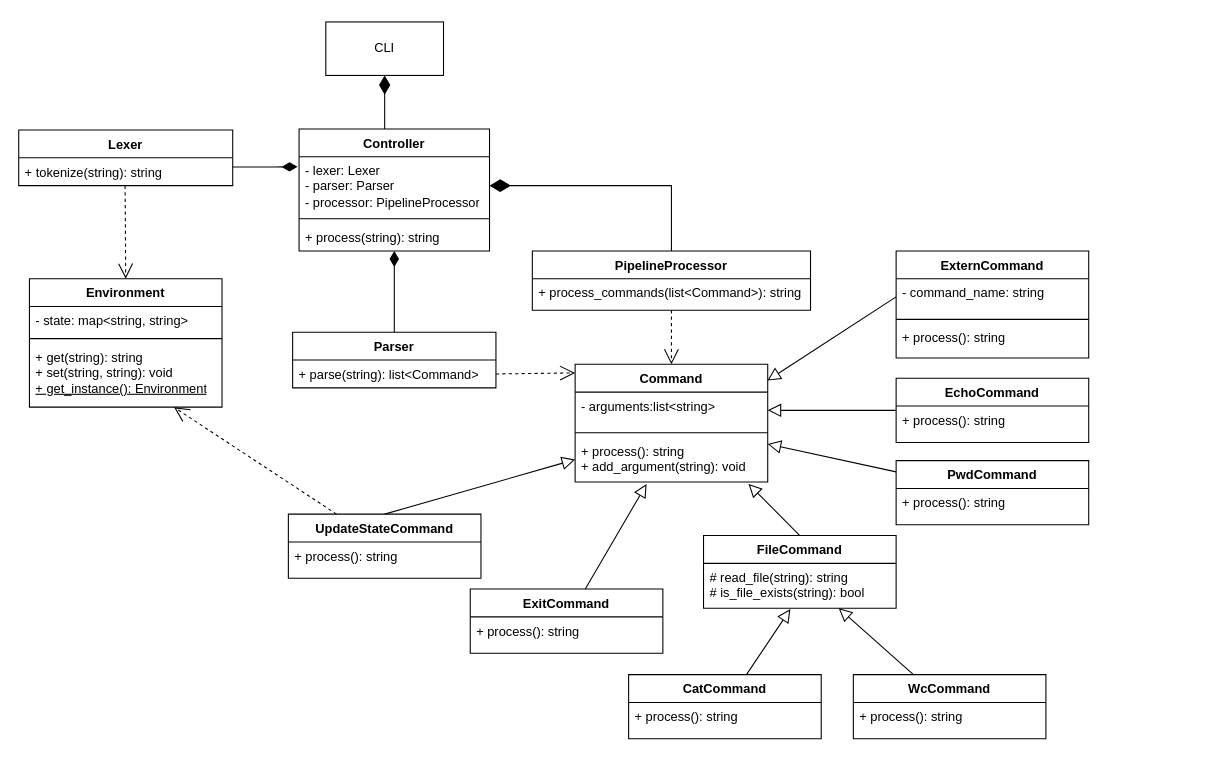
This is architecture.drawio from Eevangelion/ISArchitecture-Design, a draw.io file, before an edit. Source tidied: cells renumbered, new cells numbered last; positions are measured from the earlier drawing's top-left corner, leaving out a move shared by most shapes. Both pictures are drawn from the tidied source at 107%, with x=0, y=0 at pixel (18, 21).
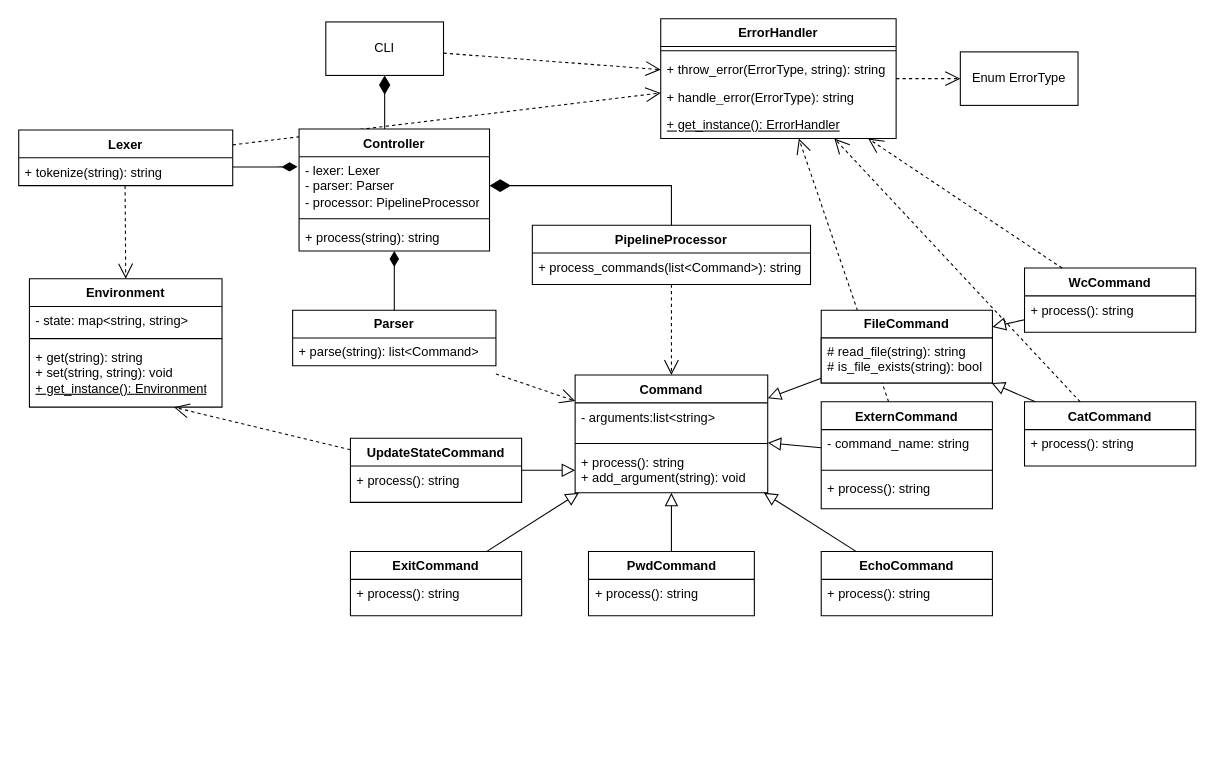
The same page after the edit.

Commit message (it also covers changes not shown here):
update architecture pdf + drawio

The change refers to these unchanged cells:
```xml
<mxCell id="7" value="CLI" style="html=1;whiteSpace=wrap;" parent="1" vertex="1">
  <mxGeometry x="287" width="110" height="50" as="geometry" />
</mxCell>
<mxCell id="8" value="Lexer" style="swimlane;fontStyle=1;align=center;verticalAlign=top;horizontal=1;startSize=26;whiteSpace=wrap;html=1;" parent="1" vertex="1">
  <mxGeometry y="101" width="200" height="52" as="geometry" />
</mxCell>
<mxCell id="19" value="+ get(string): string&lt;div&gt;+ set(string, string): void&lt;/div&gt;&lt;div&gt;&lt;u&gt;+ get_instance():&amp;nbsp;&lt;span style=&quot;text-align: center; background-color: transparent; color: light-dark(rgb(0, 0, 0), rgb(255, 255, 255));&quot;&gt;Environment&lt;/span&gt;&lt;/u&gt;&lt;/div&gt;" style="text;strokeColor=none;fillColor=none;align=left;verticalAlign=top;spacingLeft=4;spacingRight=4;overflow=hidden;points=[[0,0.5],[1,0.5]];portConstraint=eastwest;whiteSpace=wrap;html=1;" parent="16" vertex="1">
  <mxGeometry y="60" width="180" height="60" as="geometry" />
</mxCell>
<mxCell id="21" value="- arguments:list&amp;lt;string&amp;gt;" style="text;strokeColor=none;fillColor=none;align=left;verticalAlign=top;spacingLeft=4;spacingRight=4;overflow=hidden;points=[[0,0.5],[1,0.5]];portConstraint=eastwest;whiteSpace=wrap;html=1;" parent="20" vertex="1">
  <mxGeometry y="26" width="180" height="34" as="geometry" />
</mxCell>
<mxCell id="23" value="+ process(): string&lt;div&gt;+&amp;nbsp;&lt;span style=&quot;background-color: transparent;&quot;&gt;add_argument&lt;font style=&quot;color: rgb(0, 0, 0);&quot;&gt;(&lt;/font&gt;&lt;/span&gt;&lt;span style=&quot;background-color: transparent; color: light-dark(rgb(0, 0, 0), rgb(255, 255, 255));&quot;&gt;string): void&lt;/span&gt;&lt;/div&gt;" style="text;strokeColor=none;fillColor=none;align=left;verticalAlign=top;spacingLeft=4;spacingRight=4;overflow=hidden;points=[[0,0.5],[1,0.5]];portConstraint=eastwest;whiteSpace=wrap;html=1;" parent="20" vertex="1">
  <mxGeometry y="68" width="180" height="42" as="geometry" />
</mxCell>
```

What changed in the source:
```diff
@@
+    <mxCell id="55" style="endArrow=open;endSize=12;dashed=1;html=1;rounded=0;" parent="1" edge="1" source="51" target="56">
+      <mxGeometry relative="1" as="geometry" />
+    </mxCell>
@@
-    <mxCell id="3" value="Controller" style="swimlane;fontStyle=1;align=center;verticalAlign=top;horizontal=1;startSize=26;whiteSpace=wrap;html=1;" parent="1" vertex="1">
-      <mxGeometry x="262" y="100" width="178" height="114" as="geometry" />
-    </mxCell>
-    <mxCell id="4" value="- lexer: Lexer&lt;div&gt;- parser: Parser&lt;/div&gt;&lt;div&gt;- processor: PipelineProcessor&lt;/div&gt;" style="text;strokeColor=none;fillColor=none;align=left;verticalAlign=top;spacingLeft=4;spacingRight=4;overflow=hidden;points=[[0,0.5],[1,0.5]];portConstraint=eastwest;whiteSpace=wrap;html=1;" parent="3" vertex="1">
-      <mxGeometry y="26" width="178" height="54" as="geometry" />
-    </mxCell>
-    <mxCell id="5" style="line;strokeWidth=1;fillColor=none;align=left;verticalAlign=middle;spacingTop=-1;spacingLeft=3;spacingRight=3;labelPosition=right;strokeColor=inherit;" parent="3" vertex="1">
-      <mxGeometry y="80" width="178" height="8" as="geometry" />
-    </mxCell>
-    <mxCell id="6" value="+ process(string): string" style="text;strokeColor=none;fillColor=none;align=left;verticalAlign=top;spacingLeft=4;spacingRight=4;overflow=hidden;whiteSpace=wrap;html=1;" parent="3" vertex="1">
-      <mxGeometry y="88" width="178" height="26" as="geometry" />
-    </mxCell>
@@
     <mxCell id="10" value="Parser" style="swimlane;fontStyle=1;align=center;verticalAlign=top;horizontal=1;startSize=26;whiteSpace=wrap;html=1;" parent="1" vertex="1">
-      <mxGeometry x="256" y="290" width="190" height="52" as="geometry" />
+      <mxGeometry x="256" y="269.4" width="190" height="52" as="geometry" />
     </mxCell>
@@
     <mxCell id="13" value="PipelineProcessor" style="swimlane;fontStyle=1;align=center;verticalAlign=top;horizontal=1;startSize=26;whiteSpace=wrap;html=1;" parent="1" vertex="1">
-      <mxGeometry x="480" y="214" width="260" height="55.4" as="geometry" />
+      <mxGeometry x="480" y="190" width="260" height="55.4" as="geometry" />
     </mxCell>
@@
     <mxCell id="20" value="Command" style="swimlane;fontStyle=1;align=center;verticalAlign=top;horizontal=1;startSize=26;whiteSpace=wrap;html=1;" parent="1" vertex="1">
-      <mxGeometry x="520" y="320" width="180" height="110" as="geometry" />
+      <mxGeometry x="520" y="330" width="180" height="110" as="geometry" />
     </mxCell>
@@
     <mxCell id="25" value="EchoCommand" style="swimlane;fontStyle=1;align=center;verticalAlign=top;horizontal=1;startSize=26;whiteSpace=wrap;html=1;" parent="1" vertex="1">
-      <mxGeometry x="820" y="333" width="180" height="60" as="geometry" />
+      <mxGeometry x="750" y="495" width="160" height="60" as="geometry" />
     </mxCell>
     <mxCell id="26" value="+ process(): string" style="text;strokeColor=none;fillColor=none;align=left;verticalAlign=top;spacingLeft=4;spacingRight=4;overflow=hidden;whiteSpace=wrap;html=1;" parent="25" vertex="1">
-      <mxGeometry y="26" width="180" height="34" as="geometry" />
+      <mxGeometry y="26" width="160" height="34" as="geometry" />
     </mxCell>
     <mxCell id="27" value="WcCommand" style="swimlane;fontStyle=1;align=center;verticalAlign=top;horizontal=1;startSize=26;whiteSpace=wrap;html=1;" parent="1" vertex="1">
-      <mxGeometry x="780" y="610" width="180" height="60" as="geometry" />
+      <mxGeometry x="940" y="230" width="160" height="60" as="geometry" />
     </mxCell>
     <mxCell id="28" value="+ process(): string" style="text;strokeColor=none;fillColor=none;align=left;verticalAlign=top;spacingLeft=4;spacingRight=4;overflow=hidden;whiteSpace=wrap;html=1;" parent="27" vertex="1">
-      <mxGeometry y="26" width="180" height="34" as="geometry" />
+      <mxGeometry y="26" width="160" height="34" as="geometry" />
     </mxCell>
     <mxCell id="29" value="PwdCommand" style="swimlane;fontStyle=1;align=center;verticalAlign=top;horizontal=1;startSize=26;whiteSpace=wrap;html=1;" parent="1" vertex="1">
-      <mxGeometry x="820" y="410" width="180" height="60" as="geometry" />
+      <mxGeometry x="532.5" y="495" width="155" height="60" as="geometry" />
     </mxCell>
     <mxCell id="30" value="+ process(): string" style="text;strokeColor=none;fillColor=none;align=left;verticalAlign=top;spacingLeft=4;spacingRight=4;overflow=hidden;whiteSpace=wrap;html=1;" parent="29" vertex="1">
-      <mxGeometry y="26" width="180" height="34" as="geometry" />
+      <mxGeometry y="26" width="155" height="34" as="geometry" />
     </mxCell>
     <mxCell id="31" value="CatCommand" style="swimlane;fontStyle=1;align=center;verticalAlign=top;horizontal=1;startSize=26;whiteSpace=wrap;html=1;" parent="1" vertex="1">
-      <mxGeometry x="570" y="610" width="180" height="60" as="geometry" />
+      <mxGeometry x="940" y="355" width="160" height="60" as="geometry" />
     </mxCell>
     <mxCell id="32" value="+ process(): string" style="text;strokeColor=none;fillColor=none;align=left;verticalAlign=top;spacingLeft=4;spacingRight=4;overflow=hidden;whiteSpace=wrap;html=1;" parent="31" vertex="1">
-      <mxGeometry y="26" width="180" height="34" as="geometry" />
+      <mxGeometry y="26" width="160" height="34" as="geometry" />
     </mxCell>
     <mxCell id="33" value="ExitCommand" style="swimlane;fontStyle=1;align=center;verticalAlign=top;horizontal=1;startSize=26;whiteSpace=wrap;html=1;" parent="1" vertex="1">
-      <mxGeometry x="422" y="530" width="180" height="60" as="geometry" />
+      <mxGeometry x="310" y="495" width="160" height="60" as="geometry" />
     </mxCell>
     <mxCell id="34" value="+ process(): string" style="text;strokeColor=none;fillColor=none;align=left;verticalAlign=top;spacingLeft=4;spacingRight=4;overflow=hidden;whiteSpace=wrap;html=1;" parent="33" vertex="1">
-      <mxGeometry y="26" width="180" height="34" as="geometry" />
+      <mxGeometry y="26" width="160" height="34" as="geometry" />
     </mxCell>
@@
-    <mxCell id="36" value="&lt;br&gt;&lt;div&gt;&lt;br&gt;&lt;/div&gt;" style="endArrow=block;endSize=10;endFill=0;html=1;rounded=0;entryX=0.371;entryY=1.043;entryDx=0;entryDy=0;entryPerimeter=0;" parent="1" edge="1" source="33" target="23">
+    <mxCell id="36" value="&lt;br&gt;&lt;div&gt;&lt;br&gt;&lt;/div&gt;" style="endArrow=block;endSize=10;endFill=0;html=1;rounded=0;" parent="1" edge="1" source="33" target="20">
       <mxGeometry relative="1" as="geometry" />
     </mxCell>
-    <mxCell id="37" value="&lt;br&gt;&lt;div&gt;&lt;br&gt;&lt;/div&gt;" style="endArrow=block;endSize=10;endFill=0;html=1;rounded=0;entryX=0.451;entryY=1.018;entryDx=0;entryDy=0;entryPerimeter=0;" parent="1" edge="1" source="31" target="48">
+    <mxCell id="37" value="&lt;br&gt;&lt;div&gt;&lt;br&gt;&lt;/div&gt;" style="endArrow=block;endSize=10;endFill=0;html=1;rounded=0;" parent="1" edge="1" source="31" target="47">
       <mxGeometry relative="1" as="geometry" />
     </mxCell>
@@
-    <mxCell id="39" value="&lt;br&gt;&lt;div&gt;&lt;br&gt;&lt;/div&gt;" style="endArrow=block;endSize=10;endFill=0;html=1;rounded=0;entryX=0.702;entryY=1;entryDx=0;entryDy=0;entryPerimeter=0;" parent="1" edge="1" source="27" target="48">
+    <mxCell id="39" value="&lt;br&gt;&lt;div&gt;&lt;br&gt;&lt;/div&gt;" style="endArrow=block;endSize=10;endFill=0;html=1;rounded=0;" parent="1" edge="1" source="27" target="47">
       <mxGeometry relative="1" as="geometry" />
     </mxCell>
-    <mxCell id="40" value="&lt;br&gt;&lt;div&gt;&lt;br&gt;&lt;/div&gt;" style="endArrow=block;endSize=10;endFill=0;html=1;rounded=0;entryX=1;entryY=0.5;entryDx=0;entryDy=0;" parent="1" edge="1" source="25" target="21">
+    <mxCell id="40" value="&lt;br&gt;&lt;div&gt;&lt;br&gt;&lt;/div&gt;" style="endArrow=block;endSize=10;endFill=0;html=1;rounded=0;" parent="1" edge="1" source="25" target="20">
       <mxGeometry relative="1" as="geometry" />
     </mxCell>
     <mxCell id="41" value="UpdateStateCommand" style="swimlane;fontStyle=1;align=center;verticalAlign=top;horizontal=1;startSize=26;whiteSpace=wrap;html=1;" parent="1" vertex="1">
-      <mxGeometry x="252" y="460" width="180" height="60" as="geometry" />
+      <mxGeometry x="310" y="389" width="160" height="60" as="geometry" />
     </mxCell>
     <mxCell id="42" value="+ process(): string" style="text;strokeColor=none;fillColor=none;align=left;verticalAlign=top;spacingLeft=4;spacingRight=4;overflow=hidden;whiteSpace=wrap;html=1;" parent="41" vertex="1">
-      <mxGeometry y="26" width="180" height="34" as="geometry" />
+      <mxGeometry y="26" width="160" height="34" as="geometry" />
     </mxCell>
-    <mxCell id="43" value="&lt;br&gt;&lt;div&gt;&lt;br&gt;&lt;/div&gt;" style="endArrow=block;endSize=10;endFill=0;html=1;rounded=0;exitX=0.5;exitY=0;exitDx=0;exitDy=0;entryX=0;entryY=0.5;entryDx=0;entryDy=0;" parent="1" edge="1" source="41" target="23">
+    <mxCell id="43" value="&lt;br&gt;&lt;div&gt;&lt;br&gt;&lt;/div&gt;" style="endArrow=block;endSize=10;endFill=0;html=1;rounded=0;entryX=0;entryY=0.5;entryDx=0;entryDy=0;" parent="1" edge="1" source="41" target="23">
       <mxGeometry relative="1" as="geometry" />
     </mxCell>
-    <mxCell id="44" style="endArrow=open;endFill=1;endSize=12;html=1;rounded=0;dashed=1;strokeColor=default;entryX=0.751;entryY=1.002;entryDx=0;entryDy=0;entryPerimeter=0;exitX=0.25;exitY=0;exitDx=0;exitDy=0;" parent="1" edge="1" source="41" target="19">
+    <mxCell id="44" style="endArrow=open;endFill=1;endSize=12;html=1;rounded=0;dashed=1;strokeColor=default;entryX=0.751;entryY=1.002;entryDx=0;entryDy=0;entryPerimeter=0;" parent="1" edge="1" source="41" target="19">
       <mxGeometry relative="1" as="geometry" />
     </mxCell>
@@
-    <mxCell id="46" style="endArrow=open;endFill=1;endSize=12;html=1;rounded=0;dashed=1;strokeColor=default;" parent="1" edge="1">
+    <mxCell id="46" style="endArrow=open;endFill=1;endSize=12;html=1;rounded=0;dashed=1;strokeColor=default;" parent="1" edge="1" target="20">
       <mxGeometry relative="1" as="geometry">
         <mxPoint x="446" y="329" as="sourcePoint" />
-        <mxPoint x="520" y="328" as="targetPoint" />
       </mxGeometry>
     </mxCell>
-    <mxCell id="47" value="FileCommand" style="swimlane;fontStyle=1;align=center;verticalAlign=top;horizontal=1;startSize=26;whiteSpace=wrap;html=1;" parent="1" vertex="1">
-      <mxGeometry x="640" y="480" width="180" height="68" as="geometry" />
-    </mxCell>
-    <mxCell id="48" value="# read_file(string): string&lt;br&gt;&lt;div&gt;&lt;span style=&quot;background-color: transparent; color: light-dark(rgb(0, 0, 0), rgb(255, 255, 255));&quot;&gt;#&lt;/span&gt;&lt;span style=&quot;background-color: transparent;&quot;&gt;&amp;nbsp;is_file_exists(&lt;/span&gt;&lt;span style=&quot;background-color: transparent; color: light-dark(rgb(0, 0, 0), rgb(255, 255, 255));&quot;&gt;string&lt;/span&gt;&lt;span style=&quot;background-color: transparent; color: light-dark(rgb(0, 0, 0), rgb(255, 255, 255));&quot;&gt;):&lt;/span&gt;&lt;font style=&quot;background-color: transparent;&quot;&gt;&amp;nbsp;&lt;/font&gt;&lt;font style=&quot;background-color: transparent; color: rgb(0, 0, 0);&quot;&gt;bool&lt;/font&gt;&lt;/div&gt;" style="text;strokeColor=none;fillColor=none;align=left;verticalAlign=top;spacingLeft=4;spacingRight=4;overflow=hidden;points=[[0,0.5],[1,0.5]];portConstraint=eastwest;whiteSpace=wrap;html=1;" parent="47" vertex="1">
-      <mxGeometry y="26" width="180" height="42" as="geometry" />
-    </mxCell>
-    <mxCell id="49" value="&lt;br&gt;&lt;div&gt;&lt;br&gt;&lt;/div&gt;" style="endArrow=block;endSize=10;endFill=0;html=1;rounded=0;exitX=0.5;exitY=0;exitDx=0;exitDy=0;entryX=0.9;entryY=1.041;entryDx=0;entryDy=0;entryPerimeter=0;" parent="1" edge="1" source="47" target="23">
+    <mxCell id="49" value="&lt;br&gt;&lt;div&gt;&lt;br&gt;&lt;/div&gt;" style="endArrow=block;endSize=10;endFill=0;html=1;rounded=0;" parent="1" edge="1" source="47" target="20">
       <mxGeometry relative="1" as="geometry" />
     </mxCell>
-    <mxCell id="50" value="&lt;br&gt;&lt;div&gt;&lt;br&gt;&lt;/div&gt;" style="endArrow=block;endSize=10;endFill=0;html=1;rounded=0;entryX=0.998;entryY=0.138;entryDx=0;entryDy=0;entryPerimeter=0;exitX=0;exitY=0.5;exitDx=0;exitDy=0;" parent="1" edge="1" source="52" target="20">
+    <mxCell id="50" value="&lt;br&gt;&lt;div&gt;&lt;br&gt;&lt;/div&gt;" style="endArrow=block;endSize=10;endFill=0;html=1;rounded=0;exitX=0;exitY=0.5;exitDx=0;exitDy=0;" parent="1" edge="1" source="52" target="20">
       <mxGeometry relative="1" as="geometry" />
     </mxCell>
     <mxCell id="51" value="ExternCommand" style="swimlane;fontStyle=1;align=center;verticalAlign=top;horizontal=1;startSize=26;whiteSpace=wrap;html=1;" parent="1" vertex="1">
-      <mxGeometry x="820" y="214" width="180" height="100" as="geometry" />
+      <mxGeometry x="750" y="355" width="160" height="100" as="geometry" />
     </mxCell>
     <mxCell id="52" value="- command_name: string" style="text;strokeColor=none;fillColor=none;align=left;verticalAlign=top;spacingLeft=4;spacingRight=4;overflow=hidden;points=[[0,0.5],[1,0.5]];portConstraint=eastwest;whiteSpace=wrap;html=1;" parent="51" vertex="1">
-      <mxGeometry y="26" width="180" height="34" as="geometry" />
+      <mxGeometry y="26" width="160" height="34" as="geometry" />
     </mxCell>
     <mxCell id="53" style="line;strokeWidth=1;fillColor=none;align=left;verticalAlign=middle;spacingTop=-1;spacingLeft=3;spacingRight=3;labelPosition=right;strokeColor=inherit;" parent="51" vertex="1">
-      <mxGeometry y="60" width="180" height="8" as="geometry" />
+      <mxGeometry y="60" width="160" height="8" as="geometry" />
     </mxCell>
     <mxCell id="54" value="+ process(): string" style="text;strokeColor=none;fillColor=none;align=left;verticalAlign=top;spacingLeft=4;spacingRight=4;overflow=hidden;whiteSpace=wrap;html=1;" parent="51" vertex="1">
-      <mxGeometry y="68" width="180" height="32" as="geometry" />
+      <mxGeometry y="68" width="160" height="32" as="geometry" />
     </mxCell>
+    <mxCell id="56" value="ErrorHandler" style="swimlane;fontStyle=1;align=center;verticalAlign=top;horizontal=1;startSize=26;whiteSpace=wrap;html=1;" parent="1" vertex="1">
+      <mxGeometry x="600" y="-3" width="220" height="112" as="geometry" />
+    </mxCell>
+    <mxCell id="57" style="line;strokeWidth=1;fillColor=none;align=left;verticalAlign=middle;spacingTop=-1;spacingLeft=3;spacingRight=3;labelPosition=right;strokeColor=inherit;" parent="56" vertex="1">
+      <mxGeometry y="26" width="220" height="8" as="geometry" />
+    </mxCell>
+    <mxCell id="58" value="+ throw_error(ErrorType, string): string" style="text;strokeColor=none;fillColor=none;align=left;verticalAlign=top;spacingLeft=4;spacingRight=4;overflow=hidden;whiteSpace=wrap;html=1;" parent="56" vertex="1">
+      <mxGeometry y="34" width="220" height="26" as="geometry" />
+    </mxCell>
+    <mxCell id="59" value="+ handle_error(ErrorType): string" style="text;strokeColor=none;fillColor=none;align=left;verticalAlign=top;spacingLeft=4;spacingRight=4;overflow=hidden;whiteSpace=wrap;html=1;" parent="56" vertex="1">
+      <mxGeometry y="60" width="220" height="26" as="geometry" />
+    </mxCell>
+    <mxCell id="60" value="&lt;div&gt;&lt;u&gt;+ get_instance(): ErrorHandler&lt;/u&gt;&lt;/div&gt;" style="text;strokeColor=none;fillColor=none;align=left;verticalAlign=top;spacingLeft=4;spacingRight=4;overflow=hidden;whiteSpace=wrap;html=1;" parent="56" vertex="1">
+      <mxGeometry y="86" width="220" height="26" as="geometry" />
+    </mxCell>
+    <mxCell id="61" value="Enum ErrorType" style="html=1;whiteSpace=wrap;" parent="1" vertex="1">
+      <mxGeometry x="880" y="28" width="110" height="50" as="geometry" />
+    </mxCell>
+    <mxCell id="62" style="endArrow=open;endSize=12;dashed=1;html=1;rounded=0;" parent="1" edge="1" source="56" target="61">
+      <mxGeometry relative="1" as="geometry" />
+    </mxCell>
+    <mxCell id="63" style="endArrow=open;endSize=12;dashed=1;html=1;rounded=0;" parent="1" edge="1" source="27" target="56">
+      <mxGeometry relative="1" as="geometry" />
+    </mxCell>
+    <mxCell id="64" style="endArrow=open;endSize=12;dashed=1;html=1;rounded=0;" parent="1" edge="1" source="31" target="56">
+      <mxGeometry relative="1" as="geometry" />
+    </mxCell>
+    <mxCell id="47" value="FileCommand" style="swimlane;fontStyle=1;align=center;verticalAlign=top;horizontal=1;startSize=26;whiteSpace=wrap;html=1;glass=0;swimlaneLine=1;gradientColor=none;fillStyle=solid;fillColor=default;rounded=0;" parent="1" vertex="1">
+      <mxGeometry x="750" y="269.4" width="160" height="68" as="geometry" />
+    </mxCell>
+    <mxCell id="48" value="# read_file(string): string&lt;br&gt;&lt;div&gt;&lt;span style=&quot;background-color: transparent; color: light-dark(rgb(0, 0, 0), rgb(255, 255, 255));&quot;&gt;#&lt;/span&gt;&lt;span style=&quot;background-color: transparent;&quot;&gt;&amp;nbsp;is_file_exists(&lt;/span&gt;&lt;span style=&quot;background-color: transparent; color: light-dark(rgb(0, 0, 0), rgb(255, 255, 255));&quot;&gt;string&lt;/span&gt;&lt;span style=&quot;background-color: transparent; color: light-dark(rgb(0, 0, 0), rgb(255, 255, 255));&quot;&gt;):&lt;/span&gt;&lt;font style=&quot;background-color: transparent;&quot;&gt;&amp;nbsp;&lt;/font&gt;&lt;font style=&quot;background-color: transparent; color: rgb(0, 0, 0);&quot;&gt;bool&lt;/font&gt;&lt;/div&gt;" style="text;strokeColor=default;fillColor=default;align=left;verticalAlign=top;spacingLeft=4;spacingRight=4;overflow=hidden;points=[[0,0.5],[1,0.5]];portConstraint=eastwest;whiteSpace=wrap;html=1;gradientColor=none;rounded=0;" parent="47" vertex="1">
+      <mxGeometry y="26" width="160" height="42" as="geometry" />
+    </mxCell>
+    <mxCell id="65" style="endArrow=open;endSize=12;dashed=1;html=1;rounded=0;" parent="1" edge="1" source="8" target="56">
+      <mxGeometry relative="1" as="geometry" />
+    </mxCell>
+    <mxCell id="3" value="Controller" style="swimlane;fontStyle=1;align=center;verticalAlign=top;horizontal=1;startSize=26;whiteSpace=wrap;html=1;fillStyle=solid;" parent="1" vertex="1">
+      <mxGeometry x="262" y="100" width="178" height="114" as="geometry" />
+    </mxCell>
+    <mxCell id="4" value="- lexer: Lexer&lt;div&gt;- parser: Parser&lt;/div&gt;&lt;div&gt;- processor: PipelineProcessor&lt;/div&gt;" style="text;strokeColor=none;fillColor=none;align=left;verticalAlign=top;spacingLeft=4;spacingRight=4;overflow=hidden;points=[[0,0.5],[1,0.5]];portConstraint=eastwest;whiteSpace=wrap;html=1;" parent="3" vertex="1">
+      <mxGeometry y="26" width="178" height="54" as="geometry" />
+    </mxCell>
+    <mxCell id="5" style="line;strokeWidth=1;fillColor=none;align=left;verticalAlign=middle;spacingTop=-1;spacingLeft=3;spacingRight=3;labelPosition=right;strokeColor=inherit;" parent="3" vertex="1">
+      <mxGeometry y="80" width="178" height="8" as="geometry" />
+    </mxCell>
+    <mxCell id="6" value="+ process(string): string" style="text;strokeColor=none;fillColor=none;align=left;verticalAlign=top;spacingLeft=4;spacingRight=4;overflow=hidden;whiteSpace=wrap;html=1;" parent="3" vertex="1">
+      <mxGeometry y="88" width="178" height="26" as="geometry" />
+    </mxCell>
+    <mxCell id="66" style="endArrow=open;endSize=12;dashed=1;html=1;rounded=0;" parent="1" edge="1" source="7" target="56">
+      <mxGeometry relative="1" as="geometry" />
+    </mxCell>
```
